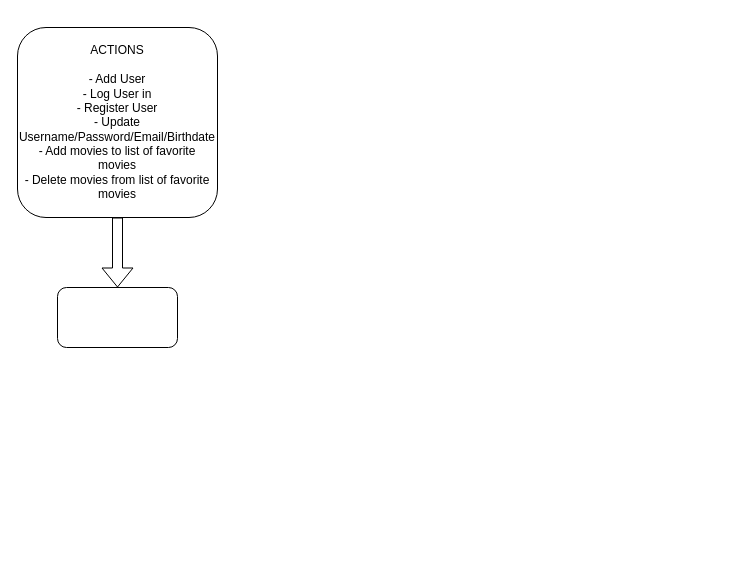
Kittekat14/myFlix-client keeps this draw.io diagram as Untitled Diagram.drawio. Above is the earlier version. Source tidied: cells renumbered, new cells numbered last; positions are measured from the earlier drawing's top-left corner, leaving out a move shared by most shapes. Both pictures are drawn from the tidied source at 100%, with x=0, y=0 at pixel (17, 27).
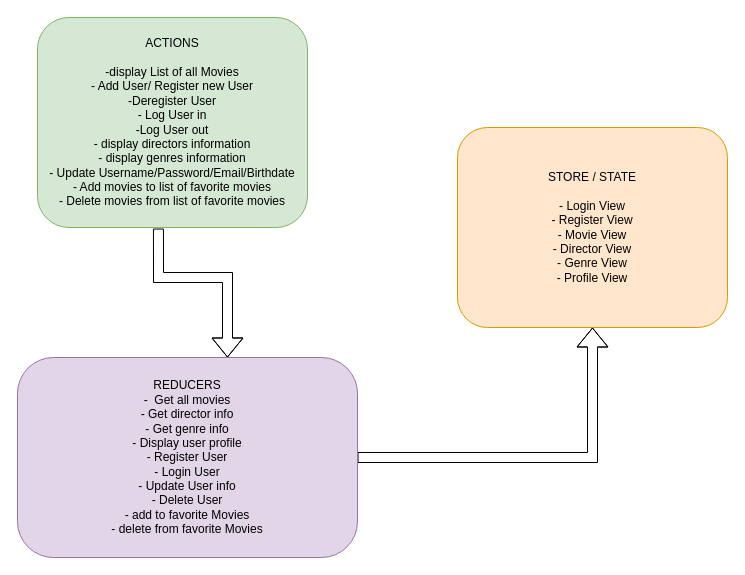
The same page after the edit.

Commit message:
State-management-redus-myFlixdrawio

The edit, as a diff of the source:
```diff
@@
 <mxGraphModel>
   <root>
     <mxCell id="0" />
     <mxCell id="1" parent="0" />
-    <mxCell id="2" style="edgeStyle=orthogonalEdgeStyle;shape=flexArrow;rounded=0;jettySize=auto;html=1;" parent="1" edge="1" source="3" target="4">
-      <mxGeometry relative="1" as="geometry" />
+    <mxCell id="2" style="edgeStyle=orthogonalEdgeStyle;shape=flexArrow;rounded=0;jettySize=auto;html=1;exitX=0.448;exitY=1.005;exitDx=0;exitDy=0;exitPerimeter=0;" parent="1" edge="1" source="3" target="4">
+      <mxGeometry relative="1" as="geometry">
+        <Array as="points">
+          <mxPoint x="141" y="250" />
+          <mxPoint x="210" y="250" />
+        </Array>
+      </mxGeometry>
     </mxCell>
-    <mxCell id="3" value="&lt;div&gt;ACTIONS&lt;/div&gt;&lt;div&gt;&lt;br&gt;&lt;/div&gt;&lt;div&gt;- Add User&lt;/div&gt;&lt;div&gt;- Log User in&lt;/div&gt;&lt;div&gt;- Register User&lt;/div&gt;&lt;div&gt;- Update Username/Password/Email/Birthdate&lt;/div&gt;&lt;div&gt;- Add movies to list of favorite movies&lt;/div&gt;&lt;div&gt;- Delete movies from list of favorite movies&lt;/div&gt;" style="rounded=1;whiteSpace=wrap;html=1;" parent="1" vertex="1">
-      <mxGeometry width="200" height="190" as="geometry" />
+    <mxCell id="3" value="&lt;div&gt;ACTIONS&lt;/div&gt;&lt;div&gt;&lt;br&gt;&lt;/div&gt;&lt;div align=&quot;center&quot;&gt;-display List of all Movies&lt;/div&gt;&lt;div align=&quot;center&quot;&gt;- Add User/ Register new User&lt;/div&gt;&lt;div align=&quot;center&quot;&gt;-Deregister User&lt;br&gt;&lt;/div&gt;&lt;div align=&quot;center&quot;&gt;- Log User in&lt;/div&gt;&lt;div align=&quot;center&quot;&gt;-Log User out&lt;br&gt;&lt;/div&gt;&lt;div align=&quot;center&quot;&gt;- display directors information&lt;/div&gt;&lt;div align=&quot;center&quot;&gt;- display genres information&lt;br&gt;&lt;/div&gt;&lt;div align=&quot;center&quot;&gt;- Update Username/Password/Email/Birthdate&lt;/div&gt;&lt;div align=&quot;center&quot;&gt;- Add movies to list of favorite movies&lt;/div&gt;&lt;div align=&quot;center&quot;&gt;- Delete movies from list of favorite movies&lt;/div&gt;" style="rounded=1;whiteSpace=wrap;html=1;fillColor=#d5e8d4;strokeColor=#82b366;" parent="1" vertex="1">
+      <mxGeometry x="20" y="-10" width="270" height="210" as="geometry" />
     </mxCell>
+    <mxCell id="5" style="edgeStyle=orthogonalEdgeStyle;shape=flexArrow;rounded=0;jettySize=auto;html=1;" parent="1" edge="1" source="4" target="6">
+      <mxGeometry relative="1" as="geometry" />
+    </mxCell>
-    <mxCell id="4" style="rounded=1;whiteSpace=wrap;html=1;" parent="1" vertex="1">
-      <mxGeometry x="40" y="260" width="120" height="60" as="geometry" />
+    <mxCell id="4" value="&lt;div&gt;REDUCERS&lt;/div&gt;&lt;div&gt;-&amp;nbsp; Get all movies&lt;/div&gt;&lt;div&gt;- Get director info&lt;/div&gt;&lt;div&gt;- Get genre info&lt;br&gt;&lt;/div&gt;&lt;div&gt;- Display user profile &lt;br&gt;&lt;/div&gt;&lt;div&gt;- Register User&lt;br&gt;&lt;/div&gt;&lt;div&gt;- Login User&lt;br&gt;&lt;/div&gt;&lt;div&gt;- Update User info&lt;/div&gt;&lt;div&gt;- Delete User&lt;br&gt;&lt;/div&gt;&lt;div&gt;- add to favorite Movies&lt;/div&gt;&lt;div align=&quot;left&quot;&gt;- delete from favorite Movies&lt;br&gt;&lt;/div&gt;" style="rounded=1;whiteSpace=wrap;html=1;arcSize=18;fillColor=#e1d5e7;strokeColor=#9673a6;" parent="1" vertex="1">
+      <mxGeometry y="330" width="340" height="200" as="geometry" />
     </mxCell>
+    <mxCell id="6" value="&lt;div&gt;STORE / STATE&lt;/div&gt;&lt;div&gt;&lt;br&gt;&lt;/div&gt;&lt;div&gt;- Login View&lt;/div&gt;&lt;div&gt;- Register View&lt;/div&gt;&lt;div&gt;- Movie View&lt;/div&gt;&lt;div&gt;&lt;div&gt;- Director View&lt;/div&gt;&lt;/div&gt;&lt;div&gt;- Genre View&lt;/div&gt;&lt;div&gt;- Profile View&lt;br&gt;&lt;/div&gt;" style="rounded=1;whiteSpace=wrap;html=1;fillColor=#ffe6cc;strokeColor=#d79b00;" parent="1" vertex="1">
+      <mxGeometry x="440" y="100" width="270" height="200" as="geometry" />
+    </mxCell>
   </root>
 </mxGraphModel>
```
